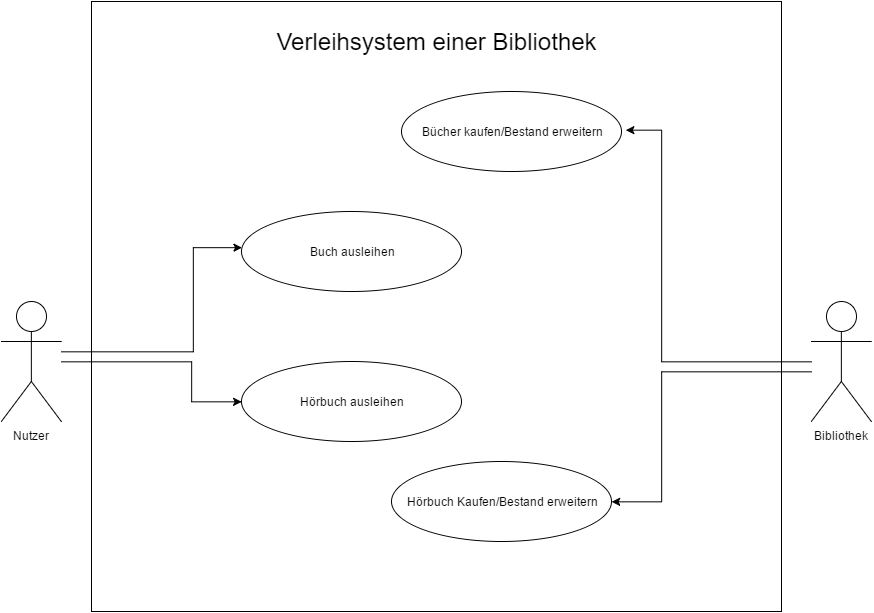
Above: Projekt/use-case bibliothek.png in kodonad/WBA2_SS16_Kodona (draw.io), before the change. Source tidied: cells renumbered, new cells last; positions are measured from the earlier drawing's top-left corner, leaving out a move shared by most shapes. The source it was exported from:
```xml
<mxGraphModel background="#ffffff">
  <root>
    <mxCell id="0" style="html=1;" />
    <mxCell id="1" style="html=1;" parent="0" />
    <mxCell id="2" style="whiteSpace=wrap;html=1;" parent="1" vertex="1">
      <mxGeometry x="90" width="690" height="610" as="geometry" />
    </mxCell>
    <mxCell id="3" style="edgeStyle=orthogonalEdgeStyle;rounded=0;html=1;jettySize=auto;" parent="1" edge="1" target="7">
      <mxGeometry relative="1" as="geometry">
        <mxPoint x="60" y="350" as="sourcePoint" />
        <Array as="points">
          <mxPoint x="192" y="350" />
          <mxPoint x="192" y="246" />
        </Array>
      </mxGeometry>
    </mxCell>
    <mxCell id="4" style="edgeStyle=orthogonalEdgeStyle;rounded=0;html=1;jettySize=auto;entryX=0;entryY=0.5;" parent="1" edge="1" source="5" target="11">
      <mxGeometry relative="1" as="geometry">
        <Array as="points">
          <mxPoint x="190" y="360" />
          <mxPoint x="190" y="400" />
        </Array>
      </mxGeometry>
    </mxCell>
    <mxCell id="5" value="Nutzer" style="shape=umlActor;verticalLabelPosition=bottom;labelBackgroundColor=#ffffff;verticalAlign=top;html=1;" parent="1" vertex="1">
      <mxGeometry x="-0.1" y="300" width="60" height="120" as="geometry" />
    </mxCell>
    <mxCell id="6" style="edgeStyle=orthogonalEdgeStyle;rounded=0;html=1;exitX=0.5;exitY=0.5;exitPerimeter=0;entryX=0.5;entryY=0.5;entryPerimeter=0;jettySize=auto;orthogonalLoop=1;" parent="1" edge="1" source="5" target="5">
      <mxGeometry relative="1" as="geometry" />
    </mxCell>
    <mxCell id="7" value="Buch ausleihen" style="ellipse;whiteSpace=wrap;html=1;" parent="1" vertex="1">
      <mxGeometry x="240" y="210" width="220" height="80" as="geometry" />
    </mxCell>
    <mxCell id="8" style="edgeStyle=orthogonalEdgeStyle;rounded=0;html=1;jettySize=auto;entryX=1.018;entryY=0.48;entryPerimeter=0;" parent="1" edge="1" source="9" target="10">
      <mxGeometry relative="1" as="geometry">
        <Array as="points">
          <mxPoint x="660" y="360" />
          <mxPoint x="660" y="128" />
        </Array>
      </mxGeometry>
    </mxCell>
    <mxCell id="9" value="Bibliothek" style="shape=umlActor;verticalLabelPosition=bottom;labelBackgroundColor=#ffffff;verticalAlign=top;html=1;" parent="1" vertex="1">
      <mxGeometry x="809.9" y="300" width="60" height="120" as="geometry" />
    </mxCell>
    <mxCell id="10" value="Bücher kaufen/&lt;span style=&quot;line-height: 1.2&quot;&gt;Bestand erweitern&lt;/span&gt;" style="ellipse;whiteSpace=wrap;html=1;" parent="1" vertex="1">
      <mxGeometry x="400" y="90" width="220" height="80" as="geometry" />
    </mxCell>
    <mxCell id="11" value="Hörbuch ausleihen" style="ellipse;whiteSpace=wrap;html=1;" parent="1" vertex="1">
      <mxGeometry x="240" y="360" width="220" height="80" as="geometry" />
    </mxCell>
    <mxCell id="12" value="Hörbuch Kaufen/Bestand erweitern" style="ellipse;whiteSpace=wrap;html=1;" parent="1" vertex="1">
      <mxGeometry x="390" y="460" width="220" height="80" as="geometry" />
    </mxCell>
    <mxCell id="13" style="edgeStyle=orthogonalEdgeStyle;rounded=0;html=1;jettySize=auto;entryX=1;entryY=0.5;" parent="1" edge="1" target="12">
      <mxGeometry x="-951.4" y="-300" as="geometry">
        <mxPoint x="810" y="370" as="sourcePoint" />
        <Array as="points">
          <mxPoint x="660" y="370" />
          <mxPoint x="660" y="500" />
        </Array>
      </mxGeometry>
    </mxCell>
    <mxCell id="14" value="&lt;font style=&quot;font-size: 24px&quot;&gt;Verleihsystem einer&amp;nbsp;&lt;span style=&quot;line-height: 1.2&quot;&gt;Bibliothek&lt;/span&gt;&lt;/font&gt;" style="text;html=1;strokeColor=none;fillColor=none;align=center;verticalAlign=middle;whiteSpace=wrap;overflow=hidden;" parent="1" vertex="1">
      <mxGeometry x="260" y="10" width="350" height="60" as="geometry" />
    </mxCell>
  </root>
</mxGraphModel>
```
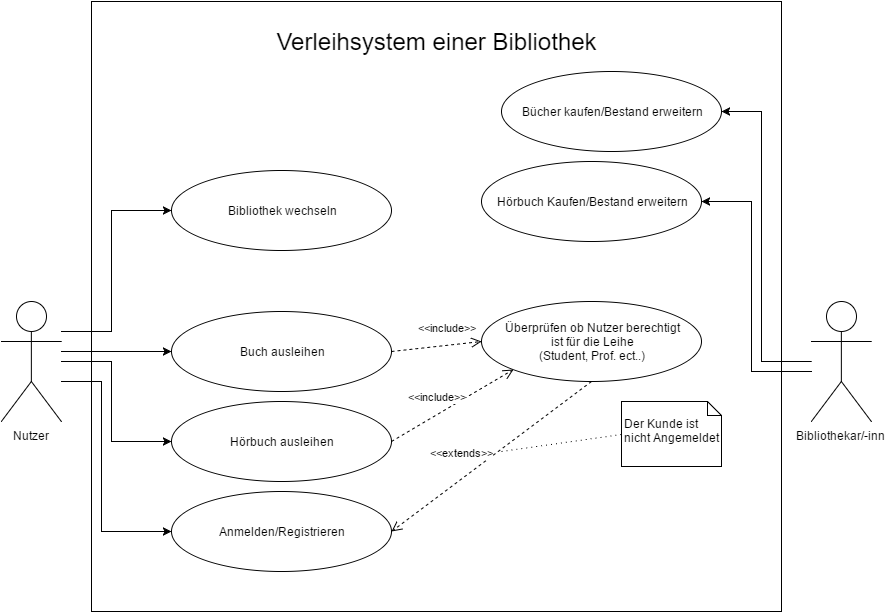
The same file after the commit.

Commit message:
use-case diagramm überarbeitet

The edit, as a diff of the source:
```diff
@@ -5,23 +5,6 @@
     <mxCell id="2" style="whiteSpace=wrap;html=1;" parent="1" vertex="1">
       <mxGeometry x="90" width="690" height="610" as="geometry" />
     </mxCell>
-    <mxCell id="3" style="edgeStyle=orthogonalEdgeStyle;rounded=0;html=1;jettySize=auto;" parent="1" edge="1" target="7">
-      <mxGeometry relative="1" as="geometry">
-        <mxPoint x="60" y="350" as="sourcePoint" />
-        <Array as="points">
-          <mxPoint x="192" y="350" />
-          <mxPoint x="192" y="246" />
-        </Array>
-      </mxGeometry>
-    </mxCell>
-    <mxCell id="4" style="edgeStyle=orthogonalEdgeStyle;rounded=0;html=1;jettySize=auto;entryX=0;entryY=0.5;" parent="1" edge="1" source="5" target="11">
-      <mxGeometry relative="1" as="geometry">
-        <Array as="points">
-          <mxPoint x="190" y="360" />
-          <mxPoint x="190" y="400" />
-        </Array>
-      </mxGeometry>
-    </mxCell>
     <mxCell id="5" value="Nutzer" style="shape=umlActor;verticalLabelPosition=bottom;labelBackgroundColor=#ffffff;verticalAlign=top;html=1;" parent="1" vertex="1">
       <mxGeometry x="-0.1" y="300" width="60" height="120" as="geometry" />
     </mxCell>
@@ -29,39 +12,101 @@
       <mxGeometry relative="1" as="geometry" />
     </mxCell>
     <mxCell id="7" value="Buch ausleihen" style="ellipse;whiteSpace=wrap;html=1;" parent="1" vertex="1">
-      <mxGeometry x="240" y="210" width="220" height="80" as="geometry" />
+      <mxGeometry x="170" y="310" width="220" height="80" as="geometry" />
     </mxCell>
-    <mxCell id="8" style="edgeStyle=orthogonalEdgeStyle;rounded=0;html=1;jettySize=auto;entryX=1.018;entryY=0.48;entryPerimeter=0;" parent="1" edge="1" source="9" target="10">
-      <mxGeometry relative="1" as="geometry">
-        <Array as="points">
-          <mxPoint x="660" y="360" />
-          <mxPoint x="660" y="128" />
-        </Array>
-      </mxGeometry>
-    </mxCell>
+    <mxCell id="3" style="edgeStyle=orthogonalEdgeStyle;rounded=0;html=1;jettySize=auto;entryX=0;entryY=0.5;" parent="1" edge="1" target="7">
+      <mxGeometry relative="1" as="geometry">
+        <mxPoint x="60" y="350" as="sourcePoint" />
+        <Array as="points">
+          <mxPoint x="170" y="350" />
+        </Array>
+      </mxGeometry>
+    </mxCell>
-    <mxCell id="9" value="Bibliothek" style="shape=umlActor;verticalLabelPosition=bottom;labelBackgroundColor=#ffffff;verticalAlign=top;html=1;" parent="1" vertex="1">
+    <mxCell id="9" value="Bibliothekar/-inn" style="shape=umlActor;verticalLabelPosition=bottom;labelBackgroundColor=#ffffff;verticalAlign=top;html=1;" parent="1" vertex="1">
       <mxGeometry x="809.9" y="300" width="60" height="120" as="geometry" />
     </mxCell>
     <mxCell id="10" value="Bücher kaufen/&lt;span style=&quot;line-height: 1.2&quot;&gt;Bestand erweitern&lt;/span&gt;" style="ellipse;whiteSpace=wrap;html=1;" parent="1" vertex="1">
-      <mxGeometry x="400" y="90" width="220" height="80" as="geometry" />
+      <mxGeometry x="500" y="70" width="220" height="80" as="geometry" />
     </mxCell>
+    <mxCell id="8" style="edgeStyle=orthogonalEdgeStyle;rounded=0;html=1;jettySize=auto;entryX=1;entryY=0.5;" parent="1" edge="1" source="9" target="10">
+      <mxGeometry relative="1" as="geometry">
+        <Array as="points">
+          <mxPoint x="760" y="360" />
+          <mxPoint x="760" y="110" />
+        </Array>
+      </mxGeometry>
+    </mxCell>
     <mxCell id="11" value="Hörbuch ausleihen" style="ellipse;whiteSpace=wrap;html=1;" parent="1" vertex="1">
-      <mxGeometry x="240" y="360" width="220" height="80" as="geometry" />
+      <mxGeometry x="170" y="400" width="220" height="80" as="geometry" />
     </mxCell>
+    <mxCell id="4" style="edgeStyle=orthogonalEdgeStyle;rounded=0;html=1;jettySize=auto;entryX=0;entryY=0.5;" parent="1" edge="1" source="5" target="11">
+      <mxGeometry relative="1" as="geometry">
+        <Array as="points">
+          <mxPoint x="110" y="360" />
+          <mxPoint x="110" y="440" />
+        </Array>
+      </mxGeometry>
+    </mxCell>
     <mxCell id="12" value="Hörbuch Kaufen/Bestand erweitern" style="ellipse;whiteSpace=wrap;html=1;" parent="1" vertex="1">
-      <mxGeometry x="390" y="460" width="220" height="80" as="geometry" />
+      <mxGeometry x="480" y="160" width="220" height="80" as="geometry" />
     </mxCell>
     <mxCell id="13" style="edgeStyle=orthogonalEdgeStyle;rounded=0;html=1;jettySize=auto;entryX=1;entryY=0.5;" parent="1" edge="1" target="12">
       <mxGeometry x="-951.4" y="-300" as="geometry">
         <mxPoint x="810" y="370" as="sourcePoint" />
         <Array as="points">
-          <mxPoint x="660" y="370" />
-          <mxPoint x="660" y="500" />
+          <mxPoint x="750" y="370" />
+          <mxPoint x="750" y="200" />
         </Array>
       </mxGeometry>
     </mxCell>
     <mxCell id="14" value="&lt;font style=&quot;font-size: 24px&quot;&gt;Verleihsystem einer&amp;nbsp;&lt;span style=&quot;line-height: 1.2&quot;&gt;Bibliothek&lt;/span&gt;&lt;/font&gt;" style="text;html=1;strokeColor=none;fillColor=none;align=center;verticalAlign=middle;whiteSpace=wrap;overflow=hidden;" parent="1" vertex="1">
       <mxGeometry x="260" y="10" width="350" height="60" as="geometry" />
     </mxCell>
+    <mxCell id="15" style="edgeStyle=orthogonalEdgeStyle;rounded=0;html=1;jettySize=auto;entryX=0;entryY=0.5;" parent="1" edge="1" target="16">
+      <mxGeometry relative="1" as="geometry">
+        <mxPoint x="60" y="330" as="sourcePoint" />
+        <Array as="points">
+          <mxPoint x="110" y="330" />
+          <mxPoint x="110" y="209" />
+        </Array>
+      </mxGeometry>
+    </mxCell>
+    <mxCell id="16" value="Bibliothek wechseln" style="ellipse;whiteSpace=wrap;html=1;" parent="1" vertex="1">
+      <mxGeometry x="170" y="169" width="220" height="80" as="geometry" />
+    </mxCell>
+    <mxCell id="17" value="&amp;lt;&amp;lt;include&amp;gt;&amp;gt;" style="html=1;verticalAlign=bottom;endArrow=open;dashed=1;endSize=8;exitX=1;exitY=0.5;entryX=0;entryY=0.5;" parent="1" edge="1" source="7" target="18">
+      <mxGeometry x="0.27" y="9" relative="1" as="geometry" />
+    </mxCell>
+    <mxCell id="18" value="Überprüfen ob Nutzer berechtigt&lt;br&gt;ist&amp;nbsp;für die Leihe&lt;br&gt;(Student, Prof. ect..)" style="ellipse;whiteSpace=wrap;html=1;" parent="1" vertex="1">
+      <mxGeometry x="480" y="300" width="220" height="80" as="geometry" />
+    </mxCell>
+    <mxCell id="19" value="&amp;lt;&amp;lt;include&amp;gt;&amp;gt;" style="html=1;verticalAlign=bottom;endArrow=open;dashed=1;endSize=8;exitX=1;exitY=0.5;entryX=0;entryY=1;" parent="1" edge="1" source="11" target="18">
+      <mxGeometry as="geometry">
+        <mxPoint x="-15" as="offset" />
+      </mxGeometry>
+    </mxCell>
+    <mxCell id="20" value="Anmelden/Registrieren" style="ellipse;whiteSpace=wrap;html=1;" parent="1" vertex="1">
+      <mxGeometry x="170" y="490" width="220" height="80" as="geometry" />
+    </mxCell>
+    <mxCell id="21" style="edgeStyle=orthogonalEdgeStyle;rounded=0;html=1;jettySize=auto;entryX=0;entryY=0.5;" parent="1" edge="1" target="20">
+      <mxGeometry x="-1580.1" y="-240" as="geometry">
+        <mxPoint x="60" y="380" as="sourcePoint" />
+        <Array as="points">
+          <mxPoint x="100" y="380" />
+          <mxPoint x="100" y="530" />
+        </Array>
+      </mxGeometry>
+    </mxCell>
+    <mxCell id="22" value="&amp;lt;&amp;lt;extends&amp;gt;&amp;gt;" style="html=1;verticalAlign=bottom;endArrow=open;dashed=1;endSize=8;exitX=0.5;exitY=1;entryX=1;entryY=0.5;" parent="1" edge="1" source="18" target="20">
+      <mxGeometry x="0.22" y="-14" relative="1" as="geometry" />
+    </mxCell>
+    <mxCell id="23" value="&lt;br&gt;Der Kunde ist&amp;nbsp;&lt;br&gt;nicht Angemeldet" style="shape=note;whiteSpace=wrap;html=1;size=14;verticalAlign=top;align=left;spacingTop=-6;" parent="1" vertex="1">
+      <mxGeometry x="620" y="400" width="100" height="65" as="geometry" />
+    </mxCell>
+    <mxCell id="24" style="endArrow=none;html=1;dashed=1;dashPattern=1 4;entryX=0;entryY=0.5;" parent="1" edge="1" target="23">
+      <mxGeometry relative="1" as="geometry">
+        <mxPoint x="500" y="450" as="sourcePoint" />
+      </mxGeometry>
+    </mxCell>
   </root>
 </mxGraphModel>
```
